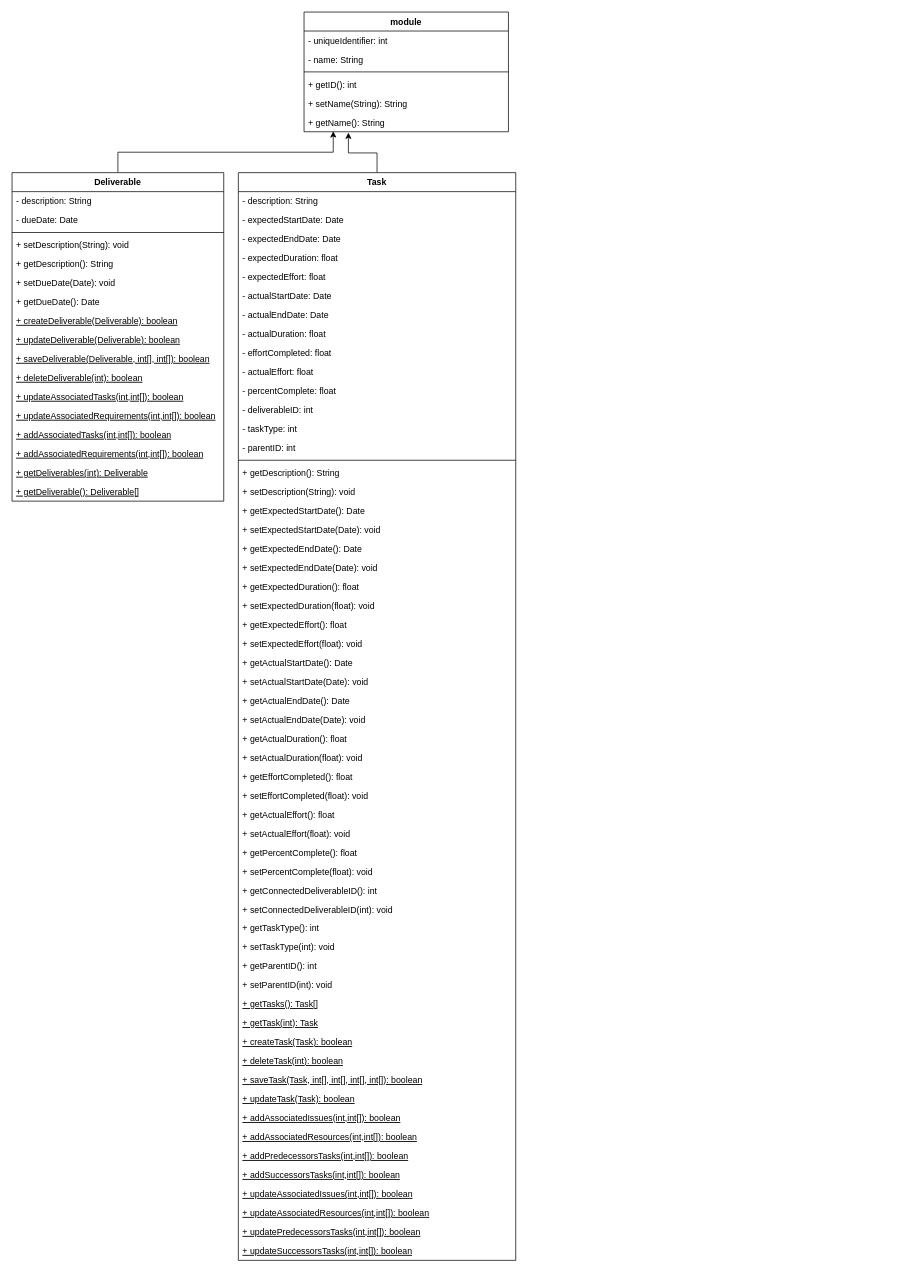
Earlier version of the draw.io diagram diagrams/umlBishoy.drawio (alicebalayan/comp380---project3). Source tidied: cells renumbered, new cells numbered last; positions are measured from the earlier drawing's top-left corner, leaving out a move shared by most shapes. Both pictures are drawn from the tidied source at 73%, with x=0, y=0 at pixel (12, 12).
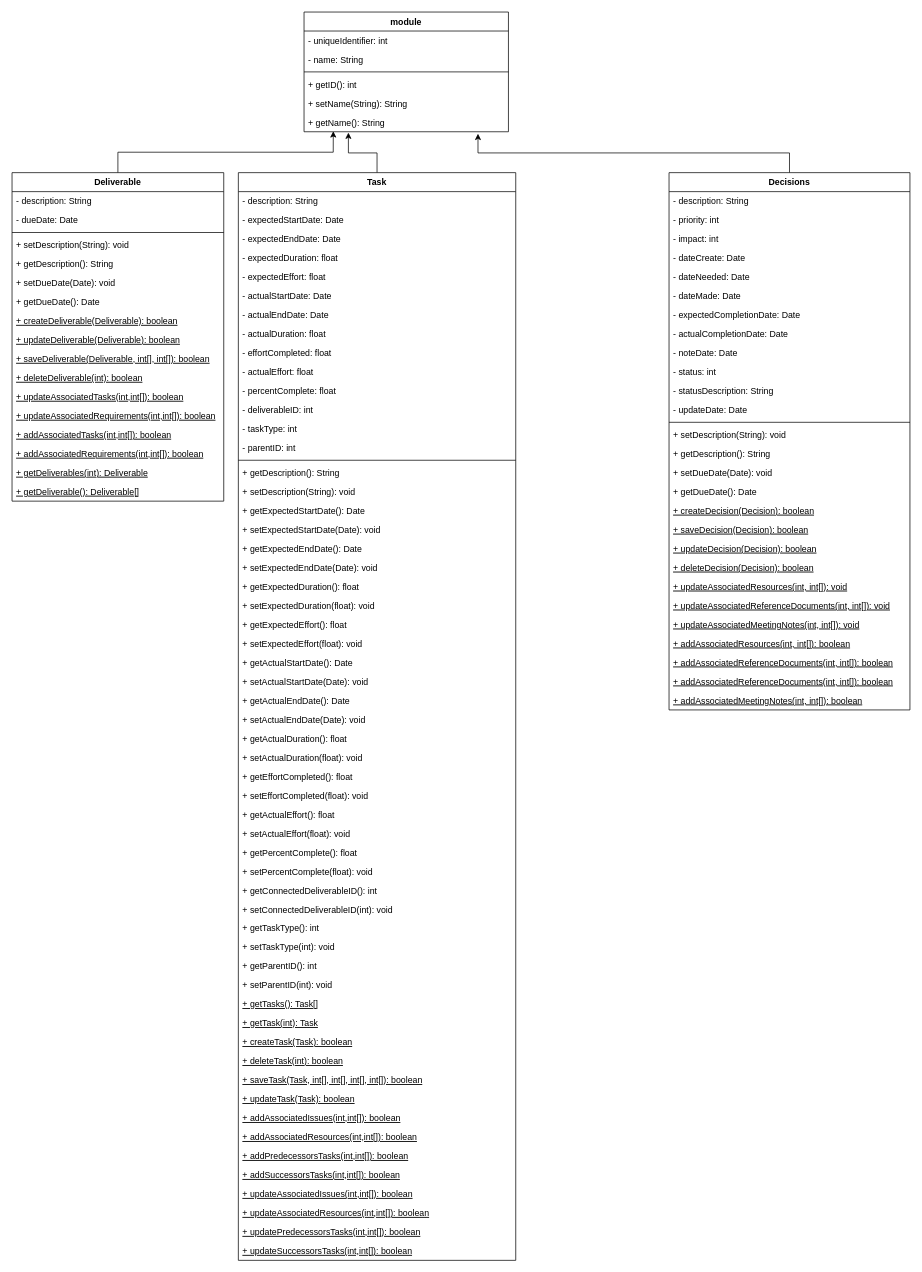
Above is the later version.

The change refers to these unchanged cells:
```xml
<mxCell id="8" value="+ getName(): String" style="text;strokeColor=none;fillColor=none;align=left;verticalAlign=top;spacingLeft=4;spacingRight=4;overflow=hidden;points=[[0,0.5],[1,0.5]];portConstraint=eastwest;" parent="2" vertex="1">
  <mxGeometry y="138" width="280" height="26" as="geometry" />
</mxCell>
```

The edit, as a diff of the source:
```diff
@@
+    <mxCell id="87" style="edgeStyle=elbowEdgeStyle;rounded=0;jettySize=auto;elbow=vertical;html=1;entryX=0.851;entryY=1.103;entryDx=0;entryDy=0;entryPerimeter=0;" parent="1" edge="1" source="88" target="8">
+      <mxGeometry relative="1" as="geometry" />
+    </mxCell>
+    <mxCell id="88" value="Decisions" style="swimlane;fontStyle=1;align=center;verticalAlign=top;horizontal=1;startSize=26;" parent="1" vertex="1">
+      <mxGeometry x="900" y="220" width="330" height="736" as="geometry" />
+    </mxCell>
+    <mxCell id="89" value="- description: String" style="text;strokeColor=none;fillColor=none;align=left;verticalAlign=top;spacingLeft=4;spacingRight=4;overflow=hidden;" parent="88" vertex="1">
+      <mxGeometry y="26" width="330" height="26" as="geometry" />
+    </mxCell>
+    <mxCell id="90" value="- priority: int " style="text;strokeColor=none;fillColor=none;align=left;verticalAlign=top;spacingLeft=4;spacingRight=4;overflow=hidden;" parent="88" vertex="1">
+      <mxGeometry y="52" width="330" height="26" as="geometry" />
+    </mxCell>
+    <mxCell id="91" value="- impact: int" style="text;strokeColor=none;fillColor=none;align=left;verticalAlign=top;spacingLeft=4;spacingRight=4;overflow=hidden;" parent="88" vertex="1">
+      <mxGeometry y="78" width="330" height="26" as="geometry" />
+    </mxCell>
+    <mxCell id="92" value="- dateCreate: Date" style="text;strokeColor=none;fillColor=none;align=left;verticalAlign=top;spacingLeft=4;spacingRight=4;overflow=hidden;" parent="88" vertex="1">
+      <mxGeometry y="104" width="330" height="26" as="geometry" />
+    </mxCell>
+    <mxCell id="93" value="- dateNeeded: Date" style="text;strokeColor=none;fillColor=none;align=left;verticalAlign=top;spacingLeft=4;spacingRight=4;overflow=hidden;" parent="88" vertex="1">
+      <mxGeometry y="130" width="330" height="26" as="geometry" />
+    </mxCell>
+    <mxCell id="94" value="- dateMade: Date" style="text;strokeColor=none;fillColor=none;align=left;verticalAlign=top;spacingLeft=4;spacingRight=4;overflow=hidden;" parent="88" vertex="1">
+      <mxGeometry y="156" width="330" height="26" as="geometry" />
+    </mxCell>
+    <mxCell id="95" value="- expectedCompletionDate: Date&#10;" style="text;strokeColor=none;fillColor=none;align=left;verticalAlign=top;spacingLeft=4;spacingRight=4;overflow=hidden;" parent="88" vertex="1">
+      <mxGeometry y="182" width="330" height="26" as="geometry" />
+    </mxCell>
+    <mxCell id="96" value="- actualCompletionDate: Date" style="text;strokeColor=none;fillColor=none;align=left;verticalAlign=top;spacingLeft=4;spacingRight=4;overflow=hidden;" parent="88" vertex="1">
+      <mxGeometry y="208" width="330" height="26" as="geometry" />
+    </mxCell>
+    <mxCell id="97" value="- noteDate: Date" style="text;strokeColor=none;fillColor=none;align=left;verticalAlign=top;spacingLeft=4;spacingRight=4;overflow=hidden;" parent="88" vertex="1">
+      <mxGeometry y="234" width="330" height="26" as="geometry" />
+    </mxCell>
+    <mxCell id="98" value="- status: int" style="text;strokeColor=none;fillColor=none;align=left;verticalAlign=top;spacingLeft=4;spacingRight=4;overflow=hidden;" parent="88" vertex="1">
+      <mxGeometry y="260" width="330" height="26" as="geometry" />
+    </mxCell>
+    <mxCell id="99" value="- statusDescription: String" style="text;strokeColor=none;fillColor=none;align=left;verticalAlign=top;spacingLeft=4;spacingRight=4;overflow=hidden;" parent="88" vertex="1">
+      <mxGeometry y="286" width="330" height="26" as="geometry" />
+    </mxCell>
+    <mxCell id="100" value="- updateDate: Date" style="text;strokeColor=none;fillColor=none;align=left;verticalAlign=top;spacingLeft=4;spacingRight=4;overflow=hidden;" parent="88" vertex="1">
+      <mxGeometry y="312" width="330" height="26" as="geometry" />
+    </mxCell>
+    <mxCell id="101" style="line;strokeWidth=1;fillColor=none;align=left;verticalAlign=middle;spacingTop=-1;spacingLeft=3;spacingRight=3;labelPosition=right;" parent="88" vertex="1">
+      <mxGeometry y="338" width="330" height="8" as="geometry" />
+    </mxCell>
+    <mxCell id="102" value="+ setDescription(String): void" style="text;strokeColor=none;fillColor=none;align=left;verticalAlign=top;spacingLeft=4;spacingRight=4;overflow=hidden;" parent="88" vertex="1">
+      <mxGeometry y="346" width="330" height="26" as="geometry" />
+    </mxCell>
+    <mxCell id="103" value="+ getDescription(): String" style="text;strokeColor=none;fillColor=none;align=left;verticalAlign=top;spacingLeft=4;spacingRight=4;overflow=hidden;" parent="88" vertex="1">
+      <mxGeometry y="372" width="330" height="26" as="geometry" />
+    </mxCell>
+    <mxCell id="104" value="+ setDueDate(Date): void" style="text;strokeColor=none;fillColor=none;align=left;verticalAlign=top;spacingLeft=4;spacingRight=4;overflow=hidden;" parent="88" vertex="1">
+      <mxGeometry y="398" width="330" height="26" as="geometry" />
+    </mxCell>
+    <mxCell id="105" value="+ getDueDate(): Date" style="text;strokeColor=none;fillColor=none;align=left;verticalAlign=top;spacingLeft=4;spacingRight=4;overflow=hidden;" parent="88" vertex="1">
+      <mxGeometry y="424" width="330" height="26" as="geometry" />
+    </mxCell>
+    <mxCell id="106" value="+ createDecision(Decision): boolean" style="text;strokeColor=none;fillColor=none;align=left;verticalAlign=top;spacingLeft=4;spacingRight=4;overflow=hidden;fontStyle=4;" parent="88" vertex="1">
+      <mxGeometry y="450" width="330" height="26" as="geometry" />
+    </mxCell>
+    <mxCell id="107" value="+ saveDecision(Decision): boolean" style="text;strokeColor=none;fillColor=none;align=left;verticalAlign=top;spacingLeft=4;spacingRight=4;overflow=hidden;fontStyle=4;" parent="88" vertex="1">
+      <mxGeometry y="476" width="330" height="26" as="geometry" />
+    </mxCell>
+    <mxCell id="108" value="+ updateDecision(Decision): boolean" style="text;strokeColor=none;fillColor=none;align=left;verticalAlign=top;spacingLeft=4;spacingRight=4;overflow=hidden;fontStyle=4;" parent="88" vertex="1">
+      <mxGeometry y="502" width="330" height="26" as="geometry" />
+    </mxCell>
+    <mxCell id="109" value="+ deleteDecision(Decision): boolean" style="text;strokeColor=none;fillColor=none;align=left;verticalAlign=top;spacingLeft=4;spacingRight=4;overflow=hidden;fontStyle=4;" parent="88" vertex="1">
+      <mxGeometry y="528" width="330" height="26" as="geometry" />
+    </mxCell>
+    <mxCell id="110" value="+ updateAssociatedResources(int, int[]): void" style="text;strokeColor=none;fillColor=none;align=left;verticalAlign=top;spacingLeft=4;spacingRight=4;overflow=hidden;fontStyle=4;" parent="88" vertex="1">
+      <mxGeometry y="554" width="330" height="26" as="geometry" />
+    </mxCell>
+    <mxCell id="111" value="+ updateAssociatedReferenceDocuments(int, int[]): void" style="text;strokeColor=none;fillColor=none;align=left;verticalAlign=top;spacingLeft=4;spacingRight=4;overflow=hidden;fontStyle=4;" parent="88" vertex="1">
+      <mxGeometry y="580" width="330" height="26" as="geometry" />
+    </mxCell>
+    <mxCell id="112" value="+ updateAssociatedMeetingNotes(int, int[]): void" style="text;strokeColor=none;fillColor=none;align=left;verticalAlign=top;spacingLeft=4;spacingRight=4;overflow=hidden;fontStyle=4;" parent="88" vertex="1">
+      <mxGeometry y="606" width="330" height="26" as="geometry" />
+    </mxCell>
+    <mxCell id="113" value="+ addAssociatedResources(int, int[]): boolean" style="text;strokeColor=none;fillColor=none;align=left;verticalAlign=top;spacingLeft=4;spacingRight=4;overflow=hidden;fontStyle=4;" parent="88" vertex="1">
+      <mxGeometry y="632" width="330" height="26" as="geometry" />
+    </mxCell>
+    <mxCell id="114" value="+ addAssociatedReferenceDocuments(int, int[]): boolean" style="text;strokeColor=none;fillColor=none;align=left;verticalAlign=top;spacingLeft=4;spacingRight=4;overflow=hidden;fontStyle=4;" parent="88" vertex="1">
+      <mxGeometry y="658" width="330" height="26" as="geometry" />
+    </mxCell>
+    <mxCell id="115" value="+ addAssociatedReferenceDocuments(int, int[]): boolean" style="text;strokeColor=none;fillColor=none;align=left;verticalAlign=top;spacingLeft=4;spacingRight=4;overflow=hidden;fontStyle=4;" parent="88" vertex="1">
+      <mxGeometry y="684" width="330" height="26" as="geometry" />
+    </mxCell>
+    <mxCell id="116" value="+ addAssociatedMeetingNotes(int, int[]): boolean" style="text;strokeColor=none;fillColor=none;align=left;verticalAlign=top;spacingLeft=4;spacingRight=4;overflow=hidden;fontStyle=4;" parent="88" vertex="1">
+      <mxGeometry y="710" width="330" height="26" as="geometry" />
+    </mxCell>
```
